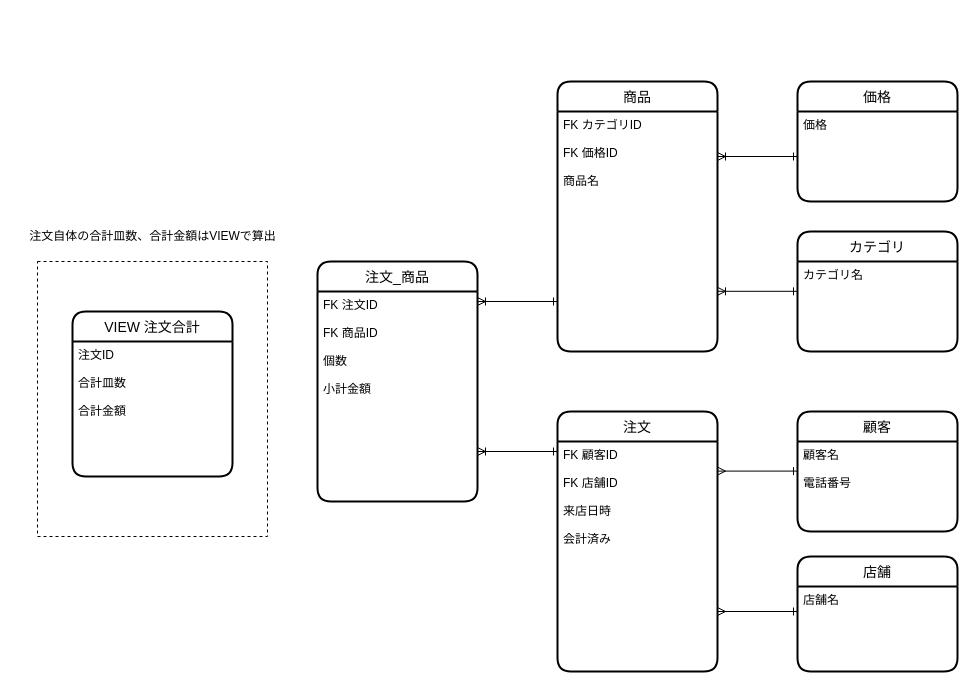
This is db_modeling1/subject1/db_modeling1.drawio from halki117/PrAhaChallenge, a draw.io file, before an edit. Source tidied: cells renumbered, new cells numbered last; positions are measured from the earlier drawing's top-left corner, leaving out a move shared by most shapes. Both pictures are drawn from the tidied source at 100%, with x=0, y=0 at pixel (17, 81).
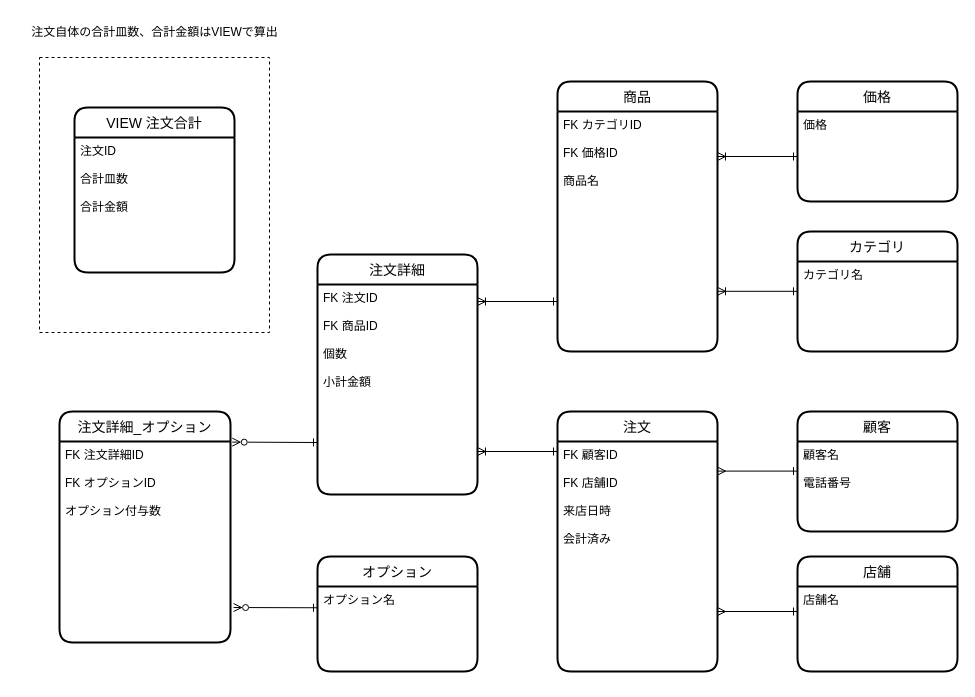
The same page after the edit.

Change to the diagram source:
```diff
@@
     <mxCell id="2" style="rounded=0;whiteSpace=wrap;html=1;fillColor=none;dashed=1;" parent="1" vertex="1">
-      <mxGeometry x="20" y="180" width="230" height="275" as="geometry" />
+      <mxGeometry x="22" y="-24" width="230" height="275" as="geometry" />
     </mxCell>
@@
-    <mxCell id="8" value="注文_商品" style="swimlane;horizontal=1;startSize=30;rounded=1;fontSize=14;fontStyle=0;strokeWidth=2;shadow=0;dashed=0;align=center;" parent="1" vertex="1">
-      <mxGeometry x="300" y="180" width="160" height="240" as="geometry" />
+    <mxCell id="8" value="注文詳細" style="swimlane;horizontal=1;startSize=30;rounded=1;fontSize=14;fontStyle=0;strokeWidth=2;shadow=0;dashed=0;align=center;" parent="1" vertex="1">
+      <mxGeometry x="300" y="173" width="160" height="240" as="geometry" />
     </mxCell>
@@
     <mxCell id="18" value="VIEW 注文合計" style="swimlane;horizontal=1;startSize=30;rounded=1;fontSize=14;fontStyle=0;strokeWidth=2;shadow=0;dashed=0;align=center;" parent="1" vertex="1">
-      <mxGeometry x="55" y="230" width="160" height="165" as="geometry" />
+      <mxGeometry x="57" y="26" width="160" height="165" as="geometry" />
     </mxCell>
@@
     <mxCell id="26" value="注文自体の合計皿数、合計金額はVIEWで算出" style="text;html=1;align=center;verticalAlign=middle;strokeColor=none;fillColor=none;" parent="1" vertex="1">
-      <mxGeometry y="140" width="270" height="30" as="geometry" />
+      <mxGeometry x="2" y="-64" width="270" height="30" as="geometry" />
     </mxCell>
+    <mxCell id="27" value="オプション" style="swimlane;horizontal=1;startSize=30;rounded=1;fontSize=14;fontStyle=0;strokeWidth=2;shadow=0;dashed=0;align=center;" parent="1" vertex="1">
+      <mxGeometry x="300" y="475" width="160" height="115" as="geometry" />
+    </mxCell>
+    <mxCell id="28" value="オプション名&#10;" style="align=left;strokeColor=none;fillColor=none;spacingLeft=4;fontSize=12;verticalAlign=top;" parent="27" vertex="1">
+      <mxGeometry y="30" width="160" height="85" as="geometry" />
+    </mxCell>
+    <mxCell id="29" value="注文詳細_オプション" style="swimlane;horizontal=1;startSize=30;rounded=1;fontSize=14;fontStyle=0;strokeWidth=2;shadow=0;dashed=0;align=center;" parent="1" vertex="1">
+      <mxGeometry x="42" y="330" width="171" height="231" as="geometry" />
+    </mxCell>
+    <mxCell id="30" value="FK 注文詳細ID&#10;&#10;FK オプションID&#10;&#10;オプション付与数" style="align=left;strokeColor=none;fillColor=none;spacingLeft=4;fontSize=12;verticalAlign=top;" parent="29" vertex="1">
+      <mxGeometry y="30" width="171" height="201" as="geometry" />
+    </mxCell>
+    <mxCell id="31" style="edgeStyle=none;html=1;exitX=0;exitY=0.25;exitDx=0;exitDy=0;entryX=1.018;entryY=0.826;entryDx=0;entryDy=0;entryPerimeter=0;startArrow=ERone;startFill=0;endArrow=ERzeroToMany;endFill=0;" parent="1" edge="1" source="28" target="30">
+      <mxGeometry relative="1" as="geometry" />
+    </mxCell>
+    <mxCell id="32" style="edgeStyle=none;html=1;entryX=1.01;entryY=0.003;entryDx=0;entryDy=0;entryPerimeter=0;startArrow=ERone;startFill=0;endArrow=ERzeroToMany;endFill=0;" parent="1" edge="1" target="30">
+      <mxGeometry relative="1" as="geometry">
+        <mxPoint x="300" y="361" as="sourcePoint" />
+      </mxGeometry>
+    </mxCell>
```
